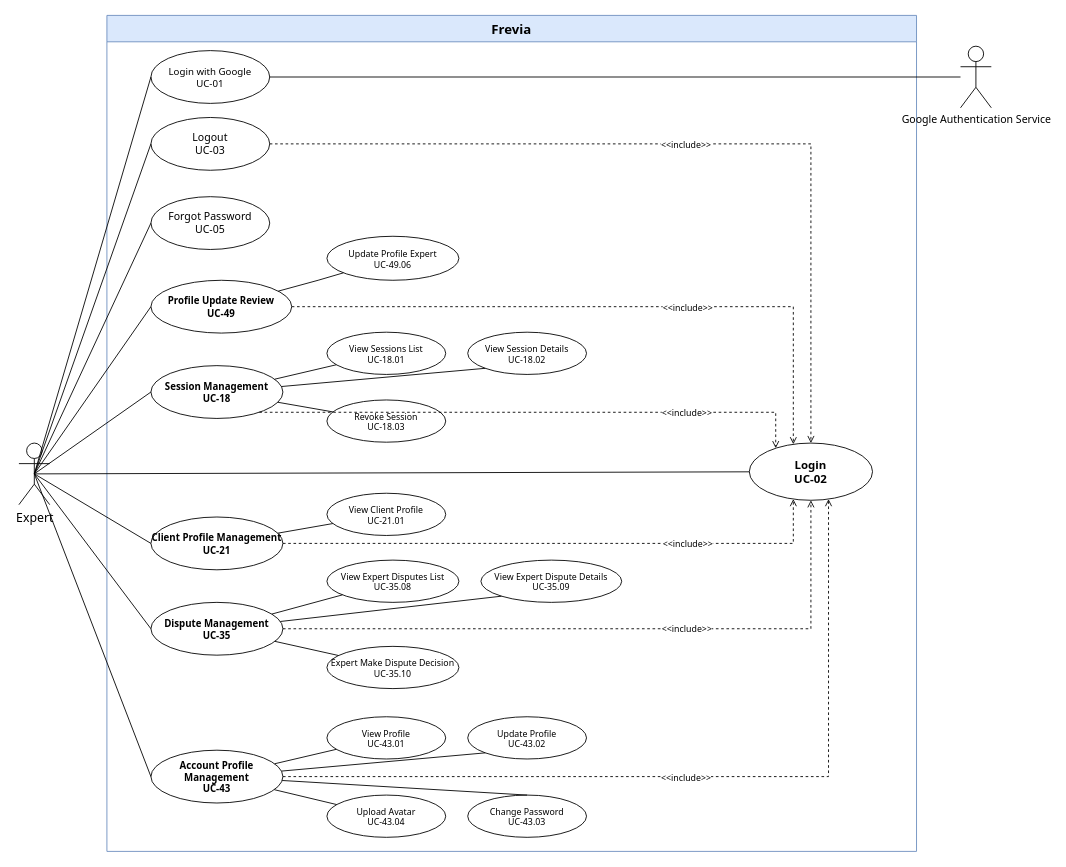
Earlier version of the draw.io diagram uc-diagrams/Expert.drawio (Thunggg/Frevia). Source tidied: cells renumbered, new cells numbered last; positions are measured from the earlier drawing's top-left corner, leaving out a move shared by most shapes. Both pictures are drawn from the tidied source at 88%, with x=0, y=0 at pixel (18, 15).
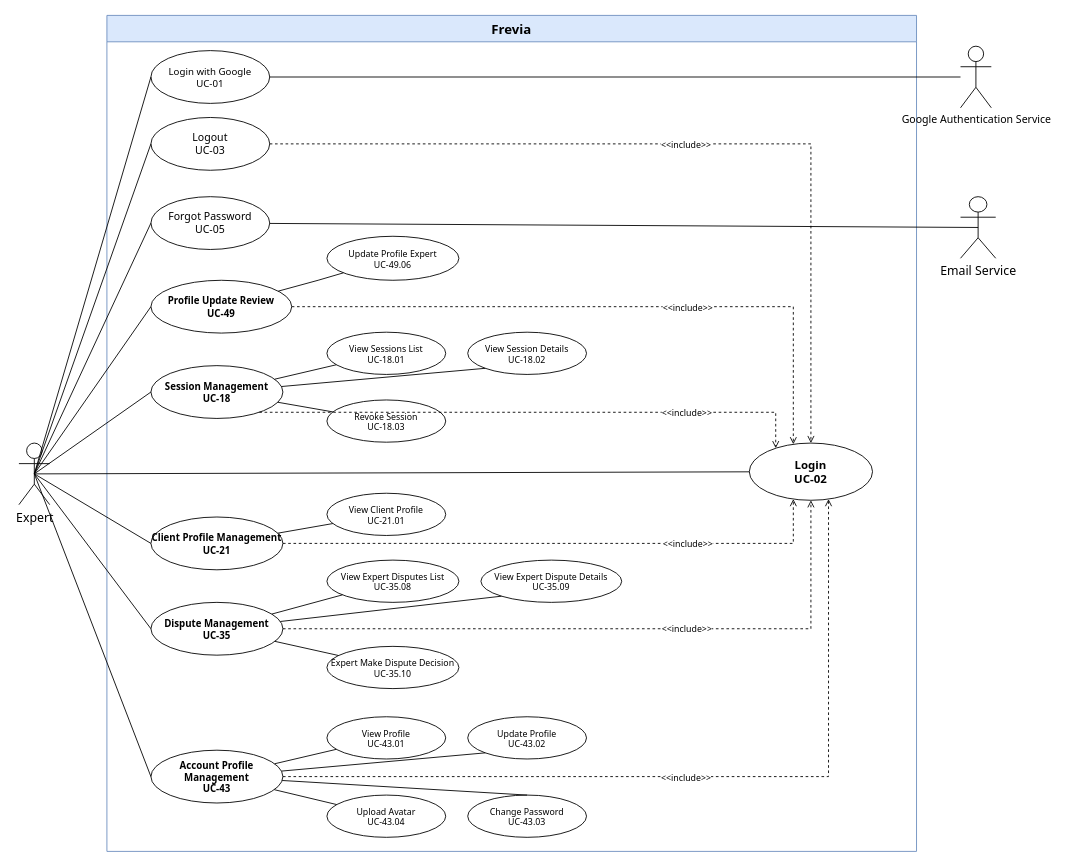
After the change.

The change refers to these unchanged cells:
```xml
<mxCell id="5" value="Forgot Password&#10;UC-05" style="ellipse;whiteSpace=wrap;html=1;fontSize=12;fontFamily=Tahoma;fontStyle=0;fillColor=#ffffff;strokeColor=#000000;" parent="2" vertex="1">
  <mxGeometry x="50" y="206" width="135" height="60" as="geometry" />
</mxCell>
```

Change to the diagram source:
```diff
@@
+    <mxCell id="54" value="Email Service" style="shape=umlActor;verticalLabelPosition=bottom;verticalAlign=top;html=1;outlineConnect=0;fontSize=14;fontFamily=Tahoma;" parent="1" vertex="1">
+      <mxGeometry x="1070" y="206" width="40" height="70" as="geometry" />
+    </mxCell>
+    <mxCell id="55" style="endArrow=none;html=1;rounded=0;fontFamily=Tahoma;fontSize=13;entryX=0.5;entryY=0.5;entryDx=0;entryDy=0;entryPerimeter=0;" parent="1" edge="1" source="5" target="54">
+      <mxGeometry relative="1" as="geometry" />
+    </mxCell>
```
